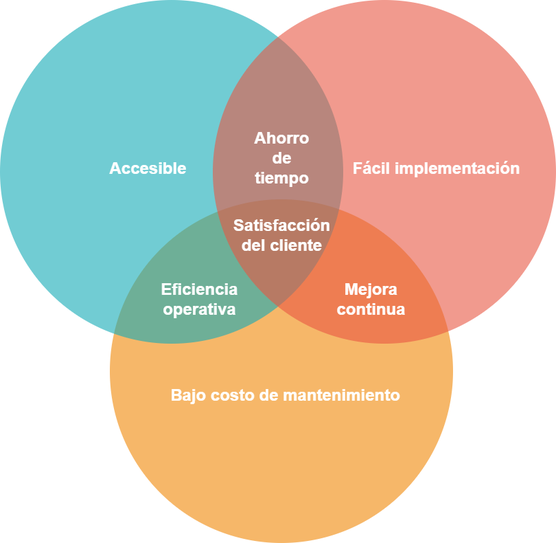
Above: Figures/Venn_objetivos.png in mporra93/Memoria-proyecto-final (draw.io), before the change. Source tidied: cells renumbered, new cells last; positions are measured from the earlier drawing's top-left corner, leaving out a move shared by most shapes. The source it was exported from:
```xml
<mxGraphModel>
  <root>
    <mxCell id="0" />
    <mxCell id="1" parent="0" />
    <mxCell id="2" style="ellipse;fillColor=#F08705;opacity=60;strokeColor=none;html=1;fontColor=#FFFFFF;fontSize=24;fontStyle=1;" parent="1" vertex="1">
      <mxGeometry x="159.5" y="290.5" width="500" height="500" as="geometry" />
    </mxCell>
    <mxCell id="3" style="ellipse;fillColor=#12AAB5;opacity=60;strokeColor=none;html=1;fontColor=#FFFFFF;fontSize=24;fontStyle=1;" parent="1" vertex="1">
      <mxGeometry x="-0.5" y="0.5" width="500" height="500" as="geometry" />
    </mxCell>
    <mxCell id="4" style="ellipse;fillColor=#e85642;opacity=60;strokeColor=none;html=1;fontColor=#FFFFFF;fontSize=24;fontStyle=1;" parent="1" vertex="1">
      <mxGeometry x="309.5" y="0.5" width="500" height="500" as="geometry" />
    </mxCell>
    <mxCell id="5" value="Accesible" style="text;fontSize=24;align=center;verticalAlign=middle;html=1;fontColor=#FFFFFF;fontStyle=1;" parent="1" vertex="1">
      <mxGeometry x="119.5" y="210.5" width="190" height="70" as="geometry" />
    </mxCell>
    <mxCell id="6" value="Fácil implementación" style="text;fontSize=24;align=center;verticalAlign=middle;html=1;fontColor=#FFFFFF;fontStyle=1;" parent="1" vertex="1">
      <mxGeometry x="540" y="210.5" width="190" height="70" as="geometry" />
    </mxCell>
    <mxCell id="7" value="Bajo costo de mantenimiento" style="text;fontSize=24;align=center;verticalAlign=middle;html=1;fontColor=#FFFFFF;fontStyle=1;" parent="1" vertex="1">
      <mxGeometry x="319.5" y="540.5" width="190" height="70" as="geometry" />
    </mxCell>
    <mxCell id="8" value="Ahorro&lt;div&gt;de&lt;/div&gt;&lt;div&gt;tiempo&lt;/div&gt;" style="text;align=center;html=1;fontColor=#FFFFFF;fontSize=24;fontStyle=1;" parent="1" vertex="1">
      <mxGeometry x="389.5" y="180.5" width="40" height="40" as="geometry" />
    </mxCell>
    <mxCell id="9" value="Eficiencia&lt;div&gt;operativa&lt;/div&gt;" style="text;align=center;html=1;fontColor=#FFFFFF;fontSize=24;fontStyle=1;" parent="1" vertex="1">
      <mxGeometry x="269.5" y="400.5" width="40" height="40" as="geometry" />
    </mxCell>
    <mxCell id="10" value="Mejora&lt;div&gt;continua&lt;/div&gt;" style="text;align=center;html=1;fontColor=#FFFFFF;fontSize=24;fontStyle=1;" parent="1" vertex="1">
      <mxGeometry x="519.5" y="400.5" width="40" height="40" as="geometry" />
    </mxCell>
    <mxCell id="11" value="Satisfacción&lt;div&gt;del cliente&lt;/div&gt;" style="text;align=center;html=1;fontColor=#FFFFFF;fontSize=24;fontStyle=1;" parent="1" vertex="1">
      <mxGeometry x="389.5" y="308" width="40" height="40" as="geometry" />
    </mxCell>
  </root>
</mxGraphModel>
```
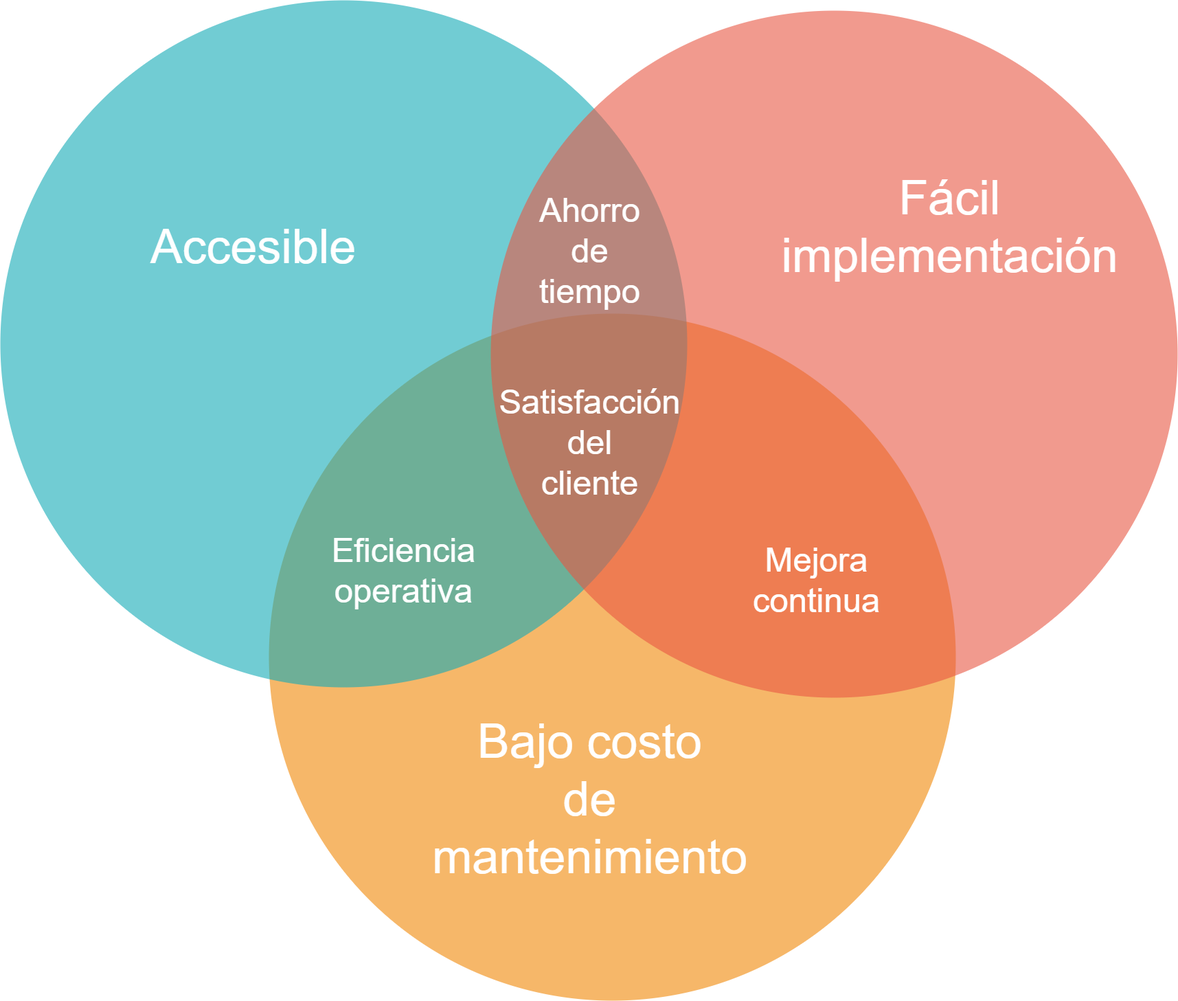
The same diagram one commit later.

Commit message:
arreglo comentarios hasta objetivos y alcances (faltan alcances no incluidos en el trabajo)

Change to the diagram source:
```diff
@@ -2,35 +2,35 @@
   <root>
     <mxCell id="0" />
     <mxCell id="1" parent="0" />
-    <mxCell id="2" style="ellipse;fillColor=#F08705;opacity=60;strokeColor=none;html=1;fontColor=#FFFFFF;fontSize=24;fontStyle=1;" parent="1" vertex="1">
-      <mxGeometry x="159.5" y="290.5" width="500" height="500" as="geometry" />
-    </mxCell>
-    <mxCell id="3" style="ellipse;fillColor=#12AAB5;opacity=60;strokeColor=none;html=1;fontColor=#FFFFFF;fontSize=24;fontStyle=1;" parent="1" vertex="1">
-      <mxGeometry x="-0.5" y="0.5" width="500" height="500" as="geometry" />
-    </mxCell>
-    <mxCell id="4" style="ellipse;fillColor=#e85642;opacity=60;strokeColor=none;html=1;fontColor=#FFFFFF;fontSize=24;fontStyle=1;" parent="1" vertex="1">
-      <mxGeometry x="309.5" y="0.5" width="500" height="500" as="geometry" />
-    </mxCell>
+    <mxCell id="12" style="ellipse;fillColor=#F08705;opacity=60;strokeColor=none;html=1;fontColor=#FFFFFF;" parent="1" vertex="1">
+      <mxGeometry x="1957" y="991" width="1000" height="1000" as="geometry" />
+    </mxCell>
+    <mxCell id="13" style="ellipse;fillColor=#12AAB5;opacity=60;strokeColor=none;html=1;fontColor=#FFFFFF;" parent="1" vertex="1">
+      <mxGeometry x="1566" y="535" width="1000" height="1000" as="geometry" />
+    </mxCell>
+    <mxCell id="14" style="ellipse;fillColor=#e85642;opacity=60;strokeColor=none;html=1;fontColor=#FFFFFF;" parent="1" vertex="1">
+      <mxGeometry x="2280" y="550" width="1000" height="1000" as="geometry" />
+    </mxCell>
-    <mxCell id="5" value="Accesible" style="text;fontSize=24;align=center;verticalAlign=middle;html=1;fontColor=#FFFFFF;fontStyle=1;" parent="1" vertex="1">
-      <mxGeometry x="119.5" y="210.5" width="190" height="70" as="geometry" />
+    <mxCell id="5" value="Accesible" style="text;fontSize=70;align=center;verticalAlign=middle;html=1;fontColor=#FFFFFF;" parent="1" vertex="1">
+      <mxGeometry x="1765" y="798" width="337" height="190" as="geometry" />
     </mxCell>
-    <mxCell id="6" value="Fácil implementación" style="text;fontSize=24;align=center;verticalAlign=middle;html=1;fontColor=#FFFFFF;fontStyle=1;" parent="1" vertex="1">
-      <mxGeometry x="540" y="210.5" width="190" height="70" as="geometry" />
+    <mxCell id="6" value="Fácil&lt;div style=&quot;font-size: 70px;&quot;&gt;implementación&lt;/div&gt;" style="text;fontSize=70;align=center;verticalAlign=middle;html=1;fontColor=#FFFFFF;" parent="1" vertex="1">
+      <mxGeometry x="2784" y="775" width="328" height="178" as="geometry" />
     </mxCell>
-    <mxCell id="7" value="Bajo costo de mantenimiento" style="text;fontSize=24;align=center;verticalAlign=middle;html=1;fontColor=#FFFFFF;fontStyle=1;" parent="1" vertex="1">
-      <mxGeometry x="319.5" y="540.5" width="190" height="70" as="geometry" />
+    <mxCell id="7" value="Bajo costo&lt;div style=&quot;font-size: 70px;&quot;&gt;de&lt;/div&gt;&lt;div style=&quot;font-size: 70px;&quot;&gt;mantenimiento&lt;/div&gt;" style="text;fontSize=70;align=center;verticalAlign=middle;html=1;fontColor=#FFFFFF;" parent="1" vertex="1">
+      <mxGeometry x="2174" y="1608" width="500" height="177" as="geometry" />
     </mxCell>
-    <mxCell id="8" value="Ahorro&lt;div&gt;de&lt;/div&gt;&lt;div&gt;tiempo&lt;/div&gt;" style="text;align=center;html=1;fontColor=#FFFFFF;fontSize=24;fontStyle=1;" parent="1" vertex="1">
-      <mxGeometry x="389.5" y="180.5" width="40" height="40" as="geometry" />
+    <mxCell id="8" value="&lt;font style=&quot;font-size: 49px;&quot;&gt;Ahorro&lt;/font&gt;&lt;div style=&quot;font-size: 49px;&quot;&gt;&lt;font style=&quot;font-size: 49px;&quot;&gt;de&lt;/font&gt;&lt;/div&gt;&lt;div style=&quot;font-size: 49px;&quot;&gt;&lt;font style=&quot;font-size: 49px;&quot;&gt;tiempo&lt;/font&gt;&lt;/div&gt;" style="text;align=center;html=1;fontColor=#FFFFFF;fontSize=49;" parent="1" vertex="1">
+      <mxGeometry x="2333" y="805" width="182" height="227" as="geometry" />
     </mxCell>
-    <mxCell id="9" value="Eficiencia&lt;div&gt;operativa&lt;/div&gt;" style="text;align=center;html=1;fontColor=#FFFFFF;fontSize=24;fontStyle=1;" parent="1" vertex="1">
-      <mxGeometry x="269.5" y="400.5" width="40" height="40" as="geometry" />
+    <mxCell id="9" value="Eficiencia&lt;div style=&quot;font-size: 49px;&quot;&gt;operativa&lt;/div&gt;" style="text;align=center;html=1;fontColor=#FFFFFF;fontSize=49;" parent="1" vertex="1">
+      <mxGeometry x="1998" y="1300" width="310" height="200" as="geometry" />
     </mxCell>
-    <mxCell id="10" value="Mejora&lt;div&gt;continua&lt;/div&gt;" style="text;align=center;html=1;fontColor=#FFFFFF;fontSize=24;fontStyle=1;" parent="1" vertex="1">
-      <mxGeometry x="519.5" y="400.5" width="40" height="40" as="geometry" />
+    <mxCell id="10" value="Mejora&lt;div style=&quot;font-size: 49px;&quot;&gt;continua&lt;/div&gt;" style="text;align=center;html=1;fontColor=#FFFFFF;fontSize=49;" parent="1" vertex="1">
+      <mxGeometry x="2620" y="1313.5" width="267" height="173" as="geometry" />
     </mxCell>
-    <mxCell id="11" value="Satisfacción&lt;div&gt;del cliente&lt;/div&gt;" style="text;align=center;html=1;fontColor=#FFFFFF;fontSize=24;fontStyle=1;" parent="1" vertex="1">
-      <mxGeometry x="389.5" y="308" width="40" height="40" as="geometry" />
+    <mxCell id="11" value="Satisfacción&lt;div style=&quot;font-size: 49px;&quot;&gt;del&lt;/div&gt;&lt;div style=&quot;font-size: 49px;&quot;&gt;cliente&lt;/div&gt;" style="text;align=center;html=1;fontColor=#FFFFFF;fontSize=49;" parent="1" vertex="1">
+      <mxGeometry x="2343" y="1084" width="162" height="172" as="geometry" />
     </mxCell>
   </root>
 </mxGraphModel>
```
